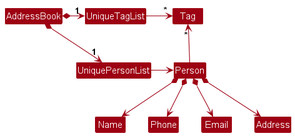
Before: docs/images/BetterModelClassDiagram.png, a diagram exported from PlantUML (nus-cs2103-AY2425S1/tp).
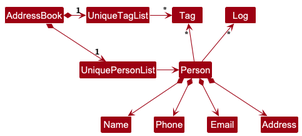
Above is the later version.

Commit message:
docs: Update UML diagrams

The edit, as a diff of the source:
```diff
@@ -13,6 +13,8 @@
 UniquePersonList -right-> Person
 
 Person -up-> "*" Tag
+Person -up-> "*" Log
+Tag -[hidden]right-> Log
 
 Person *--> Name
 Person *--> Phone
```
